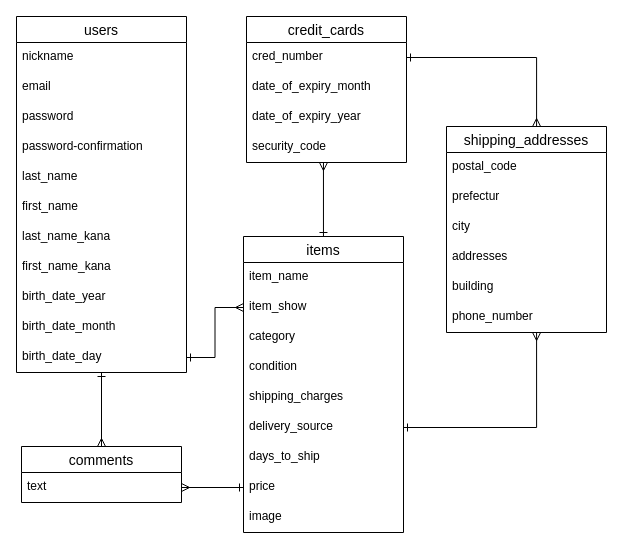
The draw.io diagram frima.dio in SinCSK/furima-36382, before the edit. Source tidied: cells renumbered, new cells numbered last; positions are measured from the earlier drawing's top-left corner, leaving out a move shared by most shapes. Both pictures are drawn from the tidied source at 100%, with x=0, y=0 at pixel (16, 16).
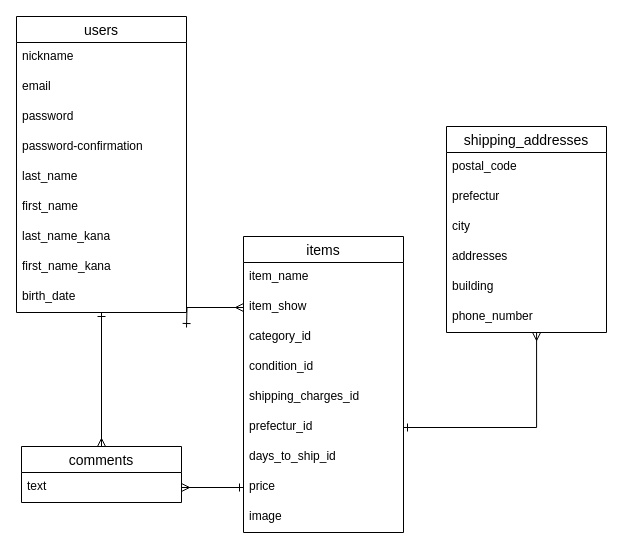
Above is the later version.

Unchanged cells that the change refers to:
```xml
<mxCell id="16" value="items" style="swimlane;fontStyle=0;horizontal=1;startSize=26;align=center;fontSize=14;" parent="1" vertex="1">
  <mxGeometry x="227" y="220" width="160" height="296" as="geometry" />
</mxCell>
<mxCell id="18" value="item_show" style="text;strokeColor=none;fillColor=none;spacingLeft=4;spacingRight=4;overflow=hidden;points=[[0,0.5],[1,0.5]];portConstraint=eastwest;fontSize=12;" parent="16" vertex="1">
  <mxGeometry y="56" width="160" height="30" as="geometry" />
</mxCell>
<mxCell id="32" value="shipping_addresses" style="swimlane;fontStyle=0;horizontal=1;startSize=26;align=center;fontSize=14;" parent="1" vertex="1">
  <mxGeometry x="430" y="110" width="160" height="206" as="geometry" />
</mxCell>
```

Diff of the diagram source:
```diff
@@
     <mxCell id="3" value="users" style="swimlane;fontStyle=0;horizontal=1;startSize=26;align=center;fontSize=14;" parent="1" vertex="1">
-      <mxGeometry width="170" height="356" as="geometry" />
+      <mxGeometry width="170" height="296" as="geometry" />
     </mxCell>
@@
-    <mxCell id="12" value="birth_date_year" style="text;strokeColor=none;fillColor=none;spacingLeft=4;spacingRight=4;overflow=hidden;fontSize=12;" parent="3" vertex="1">
+    <mxCell id="12" value="birth_date" style="text;strokeColor=none;fillColor=none;spacingLeft=4;spacingRight=4;overflow=hidden;fontSize=12;" parent="3" vertex="1">
       <mxGeometry y="266" width="170" height="30" as="geometry" />
     </mxCell>
-    <mxCell id="13" value="birth_date_month" style="text;strokeColor=none;fillColor=none;spacingLeft=4;spacingRight=4;overflow=hidden;fontSize=12;" parent="3" vertex="1">
-      <mxGeometry y="296" width="170" height="30" as="geometry" />
-    </mxCell>
-    <mxCell id="14" value="birth_date_day" style="text;strokeColor=none;fillColor=none;spacingLeft=4;spacingRight=4;overflow=hidden;points=[[0,0.5],[1,0.5]];portConstraint=eastwest;fontSize=12;" parent="3" vertex="1">
-      <mxGeometry y="326" width="170" height="30" as="geometry" />
-    </mxCell>
-    <mxCell id="15" style="edgeStyle=orthogonalEdgeStyle;rounded=0;jettySize=auto;html=1;entryX=0.481;entryY=1;entryDx=0;entryDy=0;entryPerimeter=0;startArrow=ERone;startFill=0;endArrow=ERmany;endFill=0;" parent="1" edge="1" source="16" target="31">
-      <mxGeometry relative="1" as="geometry" />
-    </mxCell>
@@
-    <mxCell id="19" value="category" style="text;strokeColor=none;fillColor=none;spacingLeft=4;spacingRight=4;overflow=hidden;fontSize=12;" parent="16" vertex="1">
+    <mxCell id="19" value="category_id" style="text;strokeColor=none;fillColor=none;spacingLeft=4;spacingRight=4;overflow=hidden;fontSize=12;" parent="16" vertex="1">
       <mxGeometry y="86" width="160" height="30" as="geometry" />
     </mxCell>
-    <mxCell id="20" value="condition" style="text;strokeColor=none;fillColor=none;spacingLeft=4;spacingRight=4;overflow=hidden;fontSize=12;" parent="16" vertex="1">
+    <mxCell id="20" value="condition_id" style="text;strokeColor=none;fillColor=none;spacingLeft=4;spacingRight=4;overflow=hidden;fontSize=12;" parent="16" vertex="1">
       <mxGeometry y="116" width="160" height="30" as="geometry" />
     </mxCell>
-    <mxCell id="21" value="shipping_charges" style="text;strokeColor=none;fillColor=none;spacingLeft=4;spacingRight=4;overflow=hidden;fontSize=12;" parent="16" vertex="1">
+    <mxCell id="21" value="shipping_charges_id" style="text;strokeColor=none;fillColor=none;spacingLeft=4;spacingRight=4;overflow=hidden;fontSize=12;" parent="16" vertex="1">
       <mxGeometry y="146" width="160" height="30" as="geometry" />
     </mxCell>
-    <mxCell id="22" value="delivery_source" style="text;strokeColor=none;fillColor=none;spacingLeft=4;spacingRight=4;overflow=hidden;points=[[0,0.5],[1,0.5]];portConstraint=eastwest;fontSize=12;" parent="16" vertex="1">
+    <mxCell id="22" value="prefectur_id" style="text;strokeColor=none;fillColor=none;spacingLeft=4;spacingRight=4;overflow=hidden;points=[[0,0.5],[1,0.5]];portConstraint=eastwest;fontSize=12;" parent="16" vertex="1">
       <mxGeometry y="176" width="160" height="30" as="geometry" />
     </mxCell>
-    <mxCell id="23" value="days_to_ship" style="text;strokeColor=none;fillColor=none;spacingLeft=4;spacingRight=4;overflow=hidden;fontSize=12;" parent="16" vertex="1">
+    <mxCell id="23" value="days_to_ship_id" style="text;strokeColor=none;fillColor=none;spacingLeft=4;spacingRight=4;overflow=hidden;fontSize=12;" parent="16" vertex="1">
       <mxGeometry y="206" width="160" height="30" as="geometry" />
     </mxCell>
@@
-    <mxCell id="27" value="credit_cards" style="swimlane;fontStyle=0;horizontal=1;startSize=26;align=center;fontSize=14;" parent="1" vertex="1">
-      <mxGeometry x="230" width="160" height="146" as="geometry" />
-    </mxCell>
-    <mxCell id="28" value="cred_number" style="text;strokeColor=none;fillColor=none;spacingLeft=4;spacingRight=4;overflow=hidden;points=[[0,0.5],[1,0.5]];portConstraint=eastwest;fontSize=12;" parent="27" vertex="1">
-      <mxGeometry y="26" width="160" height="30" as="geometry" />
-    </mxCell>
-    <mxCell id="29" value="date_of_expiry_month" style="text;strokeColor=none;fillColor=none;spacingLeft=4;spacingRight=4;overflow=hidden;fontSize=12;" parent="27" vertex="1">
-      <mxGeometry y="56" width="160" height="30" as="geometry" />
-    </mxCell>
-    <mxCell id="30" value="date_of_expiry_year" style="text;strokeColor=none;fillColor=none;spacingLeft=4;spacingRight=4;overflow=hidden;fontSize=12;" parent="27" vertex="1">
-      <mxGeometry y="86" width="160" height="30" as="geometry" />
-    </mxCell>
-    <mxCell id="31" value="security_code" style="text;strokeColor=none;fillColor=none;spacingLeft=4;spacingRight=4;overflow=hidden;points=[[0,0.5],[1,0.5]];portConstraint=eastwest;fontSize=12;" parent="27" vertex="1">
-      <mxGeometry y="116" width="160" height="30" as="geometry" />
-    </mxCell>
@@
-    <mxCell id="42" style="edgeStyle=orthogonalEdgeStyle;rounded=0;jettySize=auto;html=1;startArrow=ERone;startFill=0;endArrow=ERmany;endFill=0;entryX=0;entryY=0.5;entryDx=0;entryDy=0;" parent="1" edge="1" source="14" target="18">
-      <mxGeometry relative="1" as="geometry" />
+    <mxCell id="42" style="edgeStyle=orthogonalEdgeStyle;rounded=0;jettySize=auto;html=1;startArrow=ERone;startFill=0;endArrow=ERmany;endFill=0;entryX=0;entryY=0.5;entryDx=0;entryDy=0;" parent="1" edge="1" target="18">
+      <mxGeometry relative="1" as="geometry">
+        <mxPoint x="170" y="311" as="sourcePoint" />
+      </mxGeometry>
     </mxCell>
-    <mxCell id="43" style="edgeStyle=orthogonalEdgeStyle;rounded=0;jettySize=auto;html=1;exitX=1;exitY=0.5;exitDx=0;exitDy=0;entryX=0.563;entryY=0;entryDx=0;entryDy=0;entryPerimeter=0;startArrow=ERone;startFill=0;endArrow=ERmany;endFill=0;" parent="1" edge="1" source="28" target="32">
-      <mxGeometry relative="1" as="geometry" />
-    </mxCell>
```
